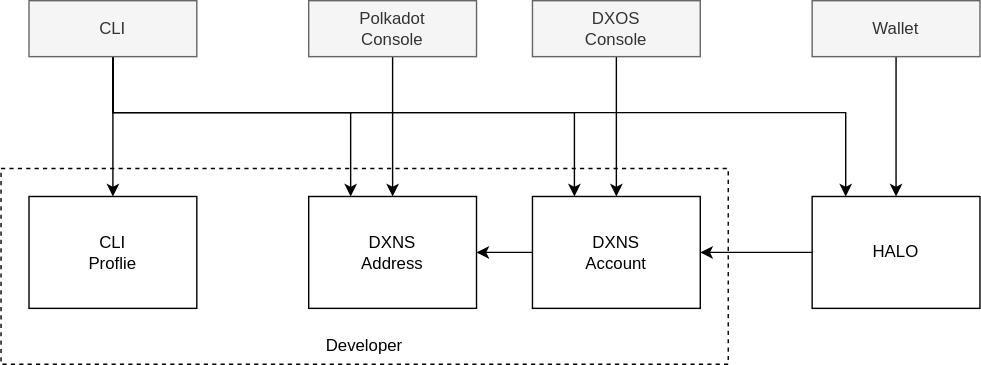
This is docs/design/account-architecture.svg from dxos/dxos, a draw.io export, as it was before one commit. Source tidied: cells renumbered, new cells last; positions are measured from the earlier drawing's top-left corner, leaving out a move shared by most shapes.
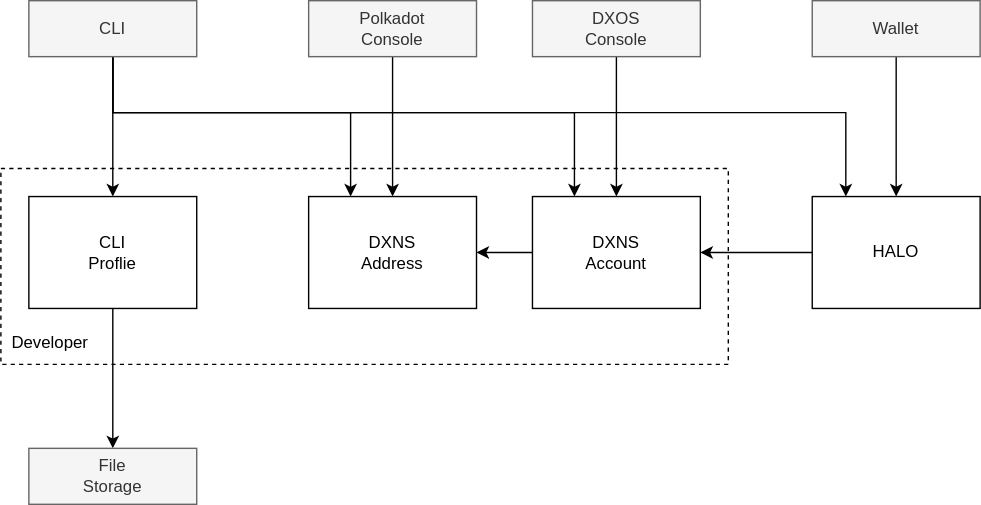
Later version of the same file.

Change to the diagram source:
```diff
@@ -2,9 +2,12 @@
   <root>
     <mxCell id="0" />
     <mxCell id="1" parent="0" />
-    <mxCell id="2" value="Developer" style="rounded=0;whiteSpace=wrap;html=1;dashed=1;verticalAlign=bottom;spacingTop=4;spacingBottom=4;" parent="1" vertex="1">
+    <mxCell id="2" value="Developer" style="rounded=0;whiteSpace=wrap;html=1;dashed=1;verticalAlign=bottom;spacingTop=0;spacingBottom=0;align=left;spacing=8;" parent="1" vertex="1">
       <mxGeometry y="120" width="520" height="140" as="geometry" />
     </mxCell>
+    <mxCell id="20" style="edgeStyle=orthogonalEdgeStyle;rounded=0;jettySize=auto;html=1;exitX=0.5;exitY=1;exitDx=0;exitDy=0;entryX=0.5;entryY=0;entryDx=0;entryDy=0;" parent="1" edge="1" source="3" target="21">
+      <mxGeometry relative="1" as="geometry" />
+    </mxCell>
     <mxCell id="3" value="CLI&lt;br&gt;Proflie" style="rounded=0;whiteSpace=wrap;html=1;" parent="1" vertex="1">
       <mxGeometry x="20" y="140" width="120" height="80" as="geometry" />
     </mxCell>
@@ -71,5 +74,8 @@
     <mxCell id="19" value="Polkadot&lt;br&gt;Console" style="rounded=0;whiteSpace=wrap;html=1;fillColor=#f5f5f5;strokeColor=#666666;fontColor=#333333;" parent="1" vertex="1">
       <mxGeometry x="220" width="120" height="40" as="geometry" />
     </mxCell>
+    <mxCell id="21" value="File&lt;br&gt;Storage" style="rounded=0;whiteSpace=wrap;html=1;fillColor=#f5f5f5;strokeColor=#666666;fontColor=#333333;" parent="1" vertex="1">
+      <mxGeometry x="20" y="320" width="120" height="40" as="geometry" />
+    </mxCell>
   </root>
 </mxGraphModel>
```
